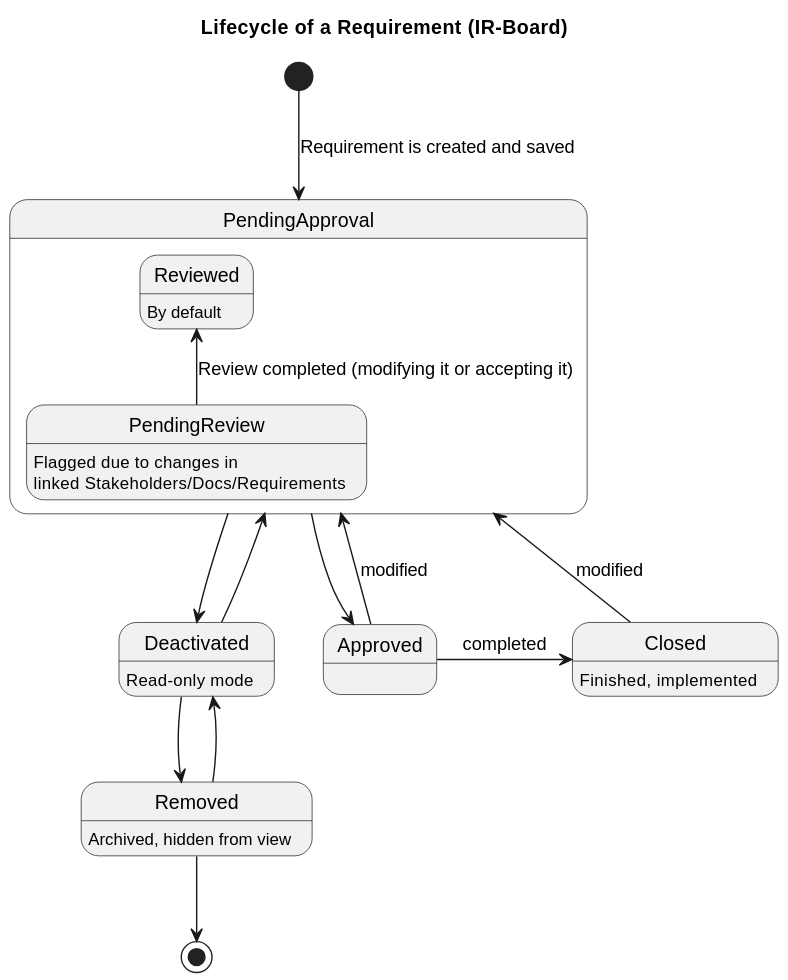
Before: docs/diagrams/RequirementStates.svg, a diagram exported from PlantUML (Y4vra/IRBoard).
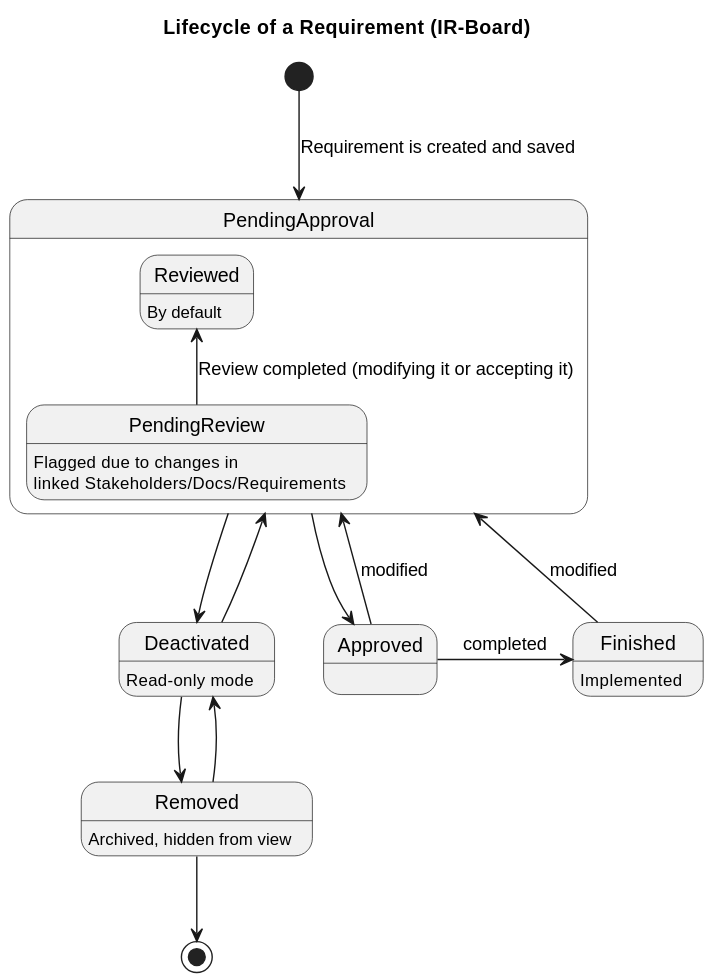
Later version of the same file.

Change to the diagram source:
```diff
@@ -10,7 +10,7 @@
 }
 
 state Approved
-state Closed: Finished, implemented
+state Finished: Implemented
 
 state Deactivated : Read-only mode
 
@@ -24,8 +24,8 @@
 PendingApproval -right-> Approved
 Approved -up-> PendingApproval : modified
 
-Approved -right-> Closed : completed
-Closed -left-> PendingApproval : modified
+Approved -right-> Finished : completed
+Finished -left-> PendingApproval : modified
 
 PendingApproval -down-> Deactivated
 Deactivated -up-> PendingApproval
```
